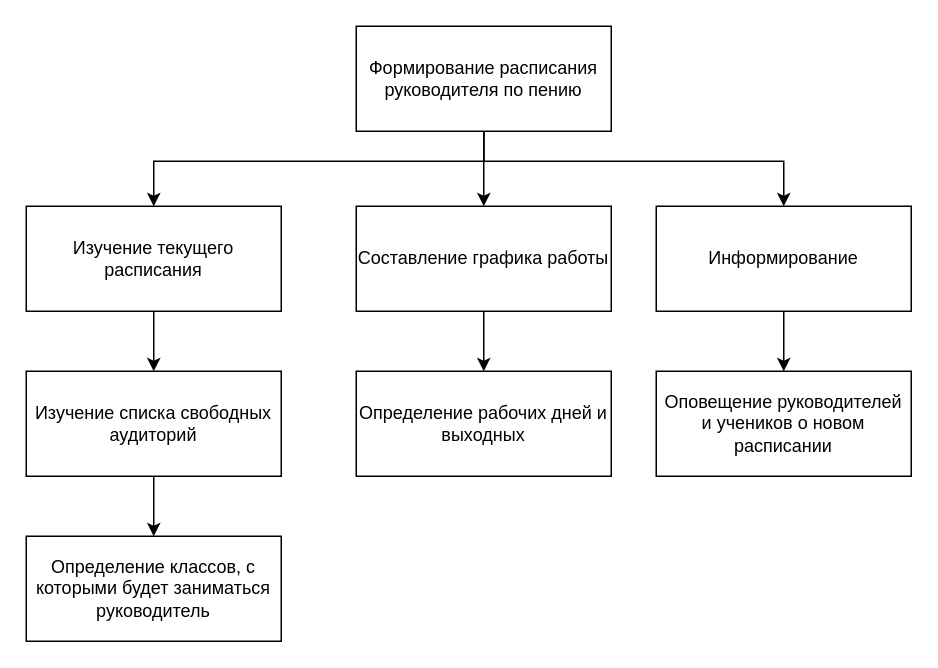
Before: Lab1/Decomposing.drawio in ShumaevMaxim/TPPO, a draw.io diagram. Source tidied: cells renumbered, new cells numbered last; positions are measured from the earlier drawing's top-left corner, leaving out a move shared by most shapes. Both pictures are drawn from the tidied source at 150%, with x=0, y=0 at pixel (26, 26).
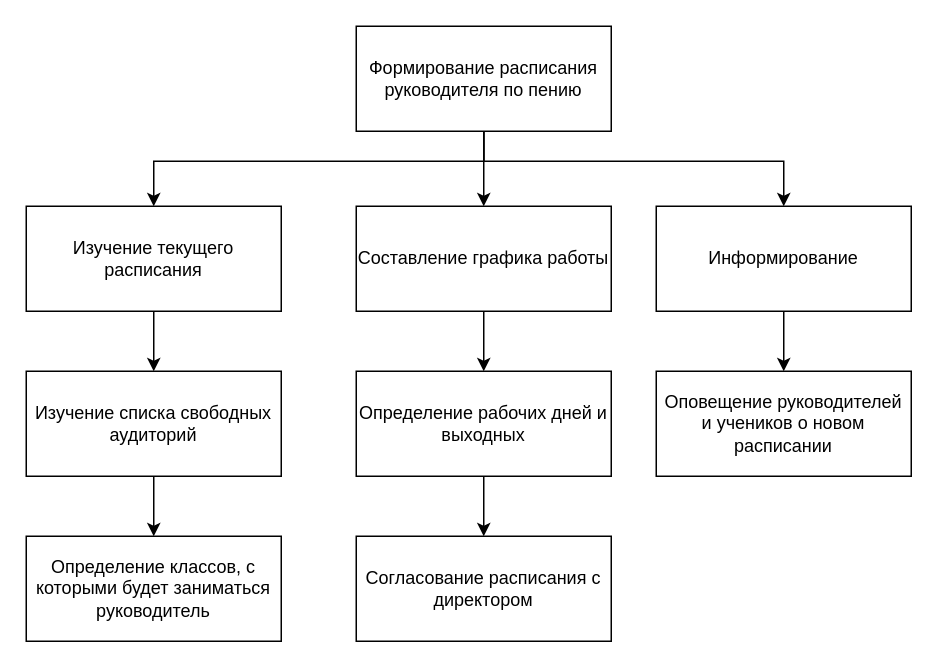
Above is the later version.

Unchanged cells that the change refers to:
```xml
<mxCell id="14" value="Определение рабочих дней и выходных" style="rounded=0;whiteSpace=wrap;html=1;" parent="1" vertex="1">
  <mxGeometry x="220" y="230" width="170" height="70" as="geometry" />
</mxCell>
```

The edit, as a diff of the source:
```diff
@@
+    <mxCell id="17" style="edgeStyle=orthogonalEdgeStyle;rounded=0;jettySize=auto;html=1;entryX=0.5;entryY=0;entryDx=0;entryDy=0;" parent="1" edge="1" source="14" target="18">
+      <mxGeometry relative="1" as="geometry" />
+    </mxCell>
@@
+    <mxCell id="18" value="Согласование расписания с директором" style="rounded=0;whiteSpace=wrap;html=1;" parent="1" vertex="1">
+      <mxGeometry x="220" y="340" width="170" height="70" as="geometry" />
+    </mxCell>
```
